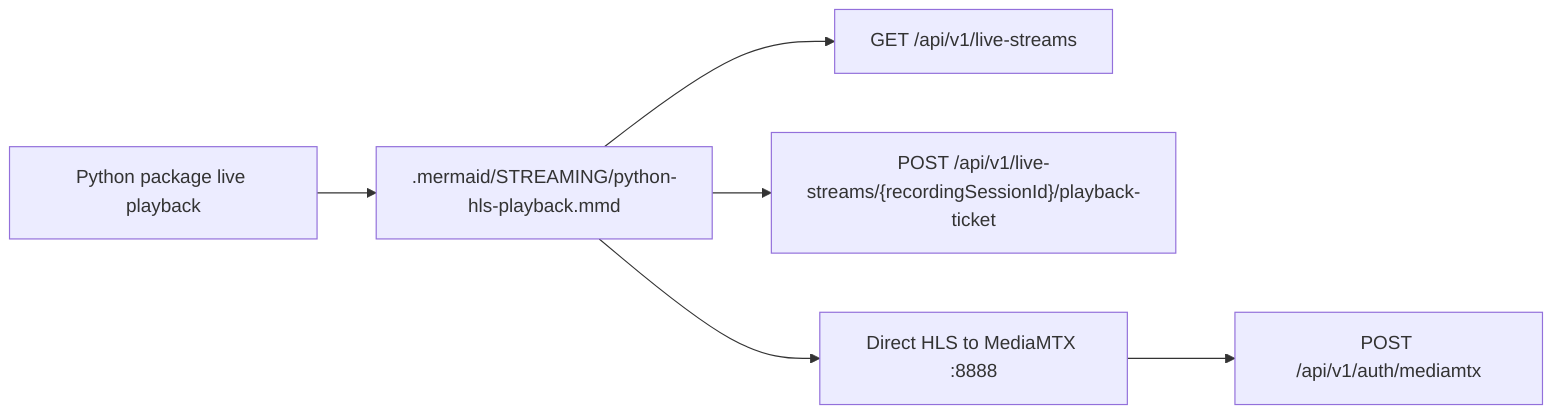
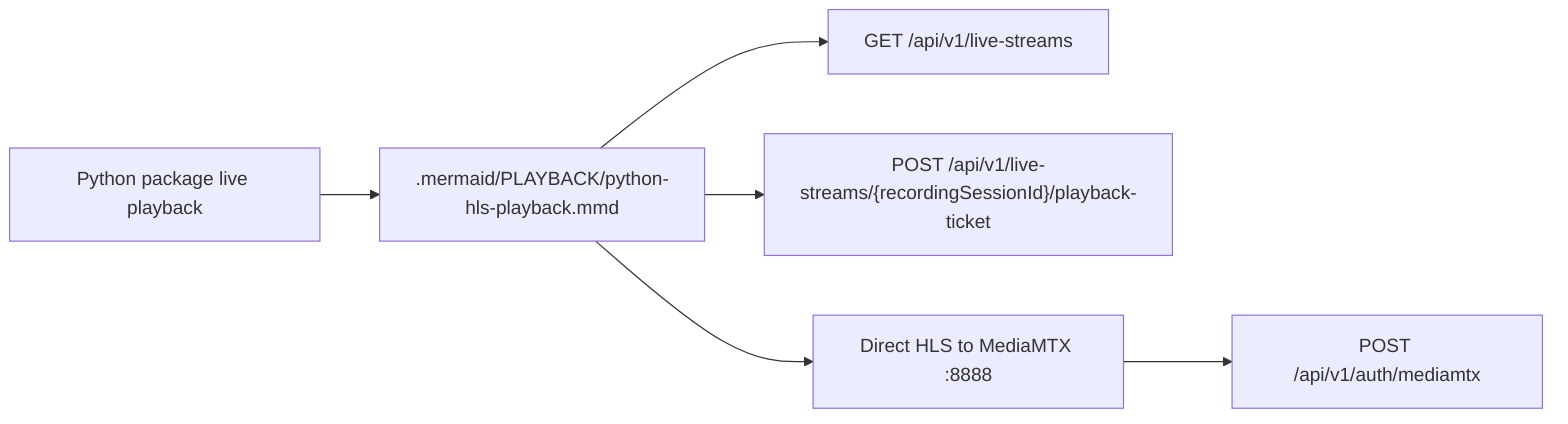
flowchart LR
-   Python["Python package live playback"] --> Canonical[".mermaid/STREAMING/python-hls-playback.mmd"]
+   Python["Python package live playback"] --> Canonical[".mermaid/PLAYBACK/python-hls-playback.mmd"]
  Canonical --> List["GET /api/v1/live-streams"]
  Canonical --> Ticket["POST /api/v1/live-streams/{recordingSessionId}/playback-ticket"]
  Canonical --> HLS["Direct HLS to MediaMTX :8888"]
  HLS --> Auth["POST /api/v1/auth/mediamtx"]

%% 참고:
- %% Python live playback의 canonical 문서는 .mermaid/STREAMING/python-hls-playback.mmd 이다.
+ %% Python live playback의 canonical 문서는 .mermaid/PLAYBACK/python-hls-playback.mmd 이다.
%% 이 파일은 PYTHON folder에서 해당 흐름을 찾는 독자를 위한 pointer 역할만 한다.
%% completed video manifest, artifact download 문서는 같은 PYTHON folder의 다른 문서를 참고한다.
